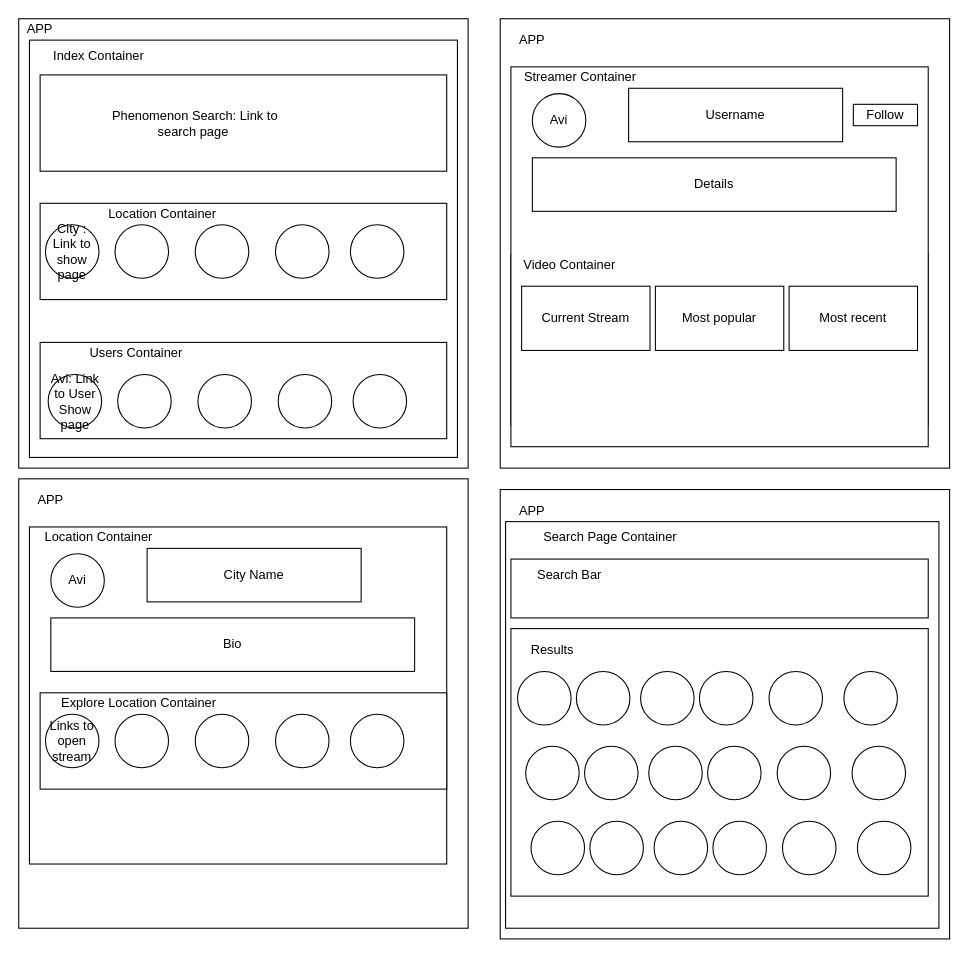
The draw.io diagram frontend.drawio in gbenga/stream-nature-frontend, before the edit. Source tidied: cells renumbered, new cells numbered last; positions are measured from the earlier drawing's top-left corner, leaving out a move shared by most shapes. Both pictures are drawn from the tidied source at 107%, with x=0, y=0 at pixel (18, 18).
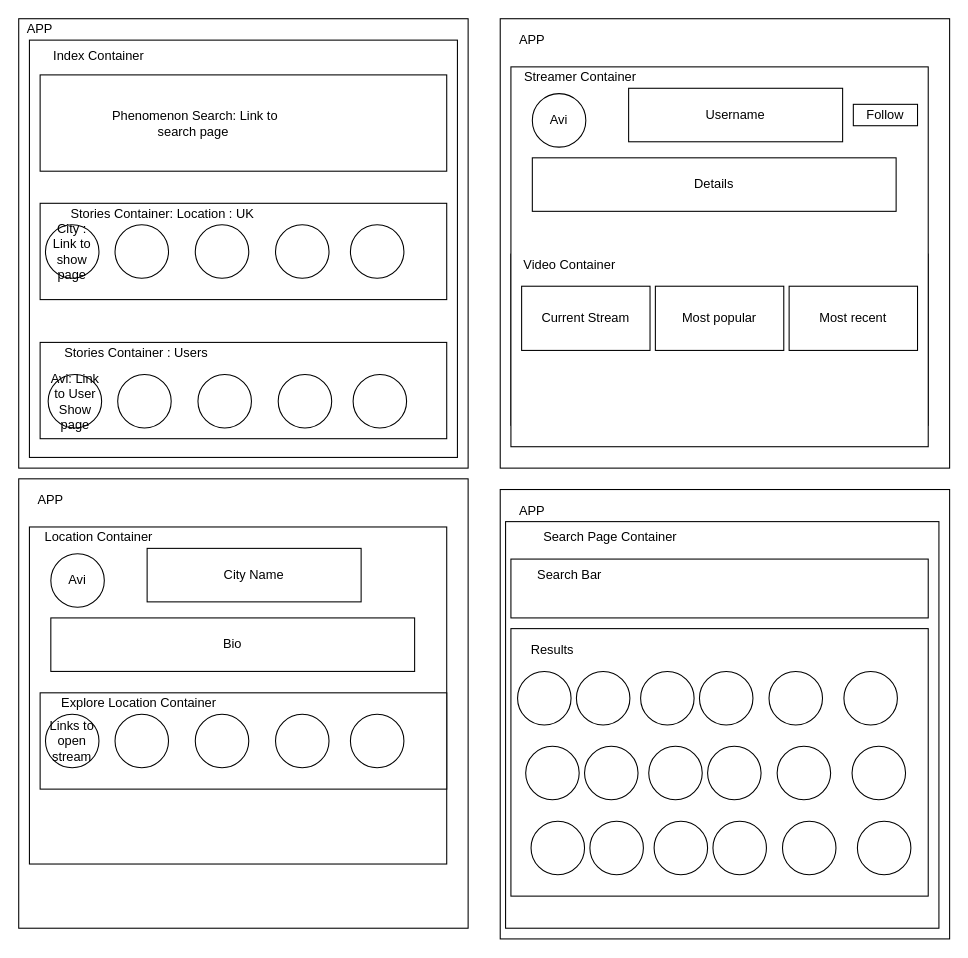
After the change.

What changed in the source:
```diff
@@
-    <mxCell id="24" value="Location Container" style="text;html=1;strokeColor=none;fillColor=none;align=center;verticalAlign=middle;whiteSpace=wrap;rounded=0;" parent="1" vertex="1">
+    <mxCell id="24" value="Stories Container: Location : UK" style="text;html=1;strokeColor=none;fillColor=none;align=center;verticalAlign=middle;whiteSpace=wrap;rounded=0;" parent="1" vertex="1">
       <mxGeometry x="27.5" y="172.5" width="212.5" height="20" as="geometry" />
     </mxCell>
-    <mxCell id="25" value="Users Container" style="text;html=1;strokeColor=none;fillColor=none;align=center;verticalAlign=middle;whiteSpace=wrap;rounded=0;" parent="1" vertex="1">
+    <mxCell id="25" value="Stories Container : Users" style="text;html=1;strokeColor=none;fillColor=none;align=center;verticalAlign=middle;whiteSpace=wrap;rounded=0;" parent="1" vertex="1">
       <mxGeometry x="20" y="302.5" width="180" height="20" as="geometry" />
     </mxCell>
```
